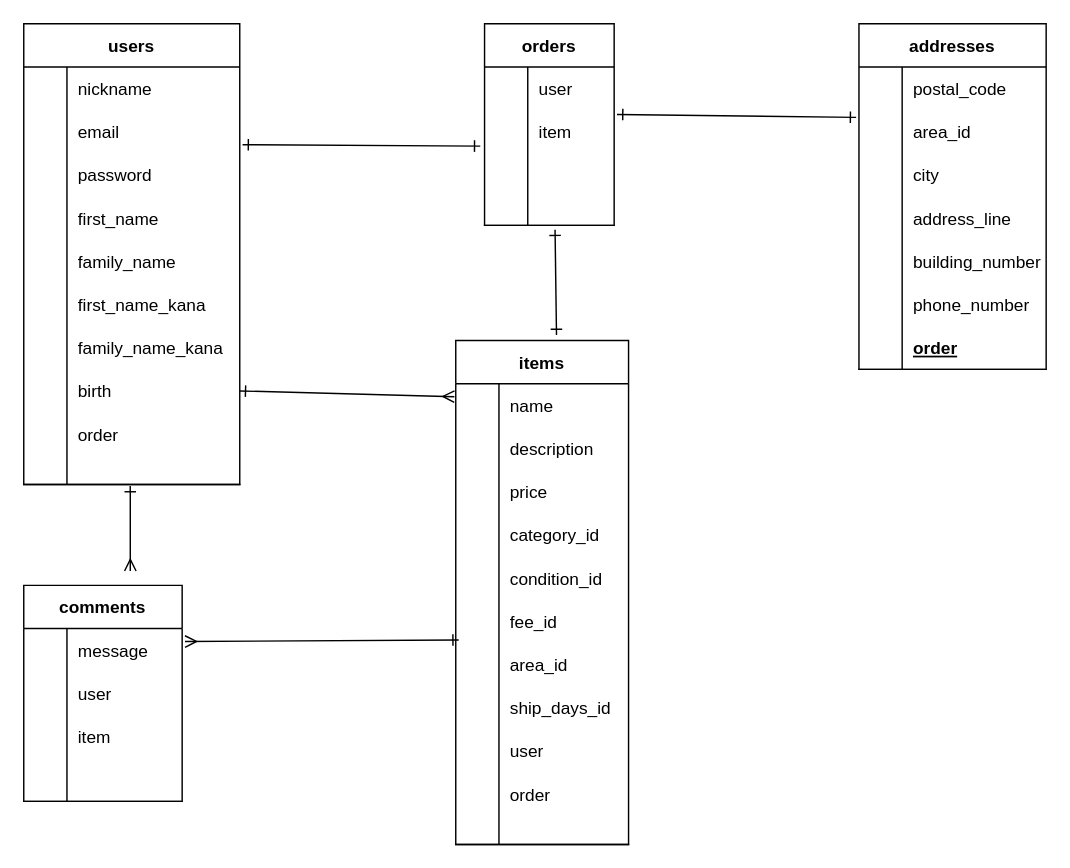
The draw.io diagram furima.dio in 14tk/furima-37381-2, before the edit. Source tidied: cells renumbered, new cells numbered last; positions are measured from the earlier drawing's top-left corner, leaving out a move shared by most shapes. Both pictures are drawn from the tidied source at 144%, with x=0, y=0 at pixel (23, 23).
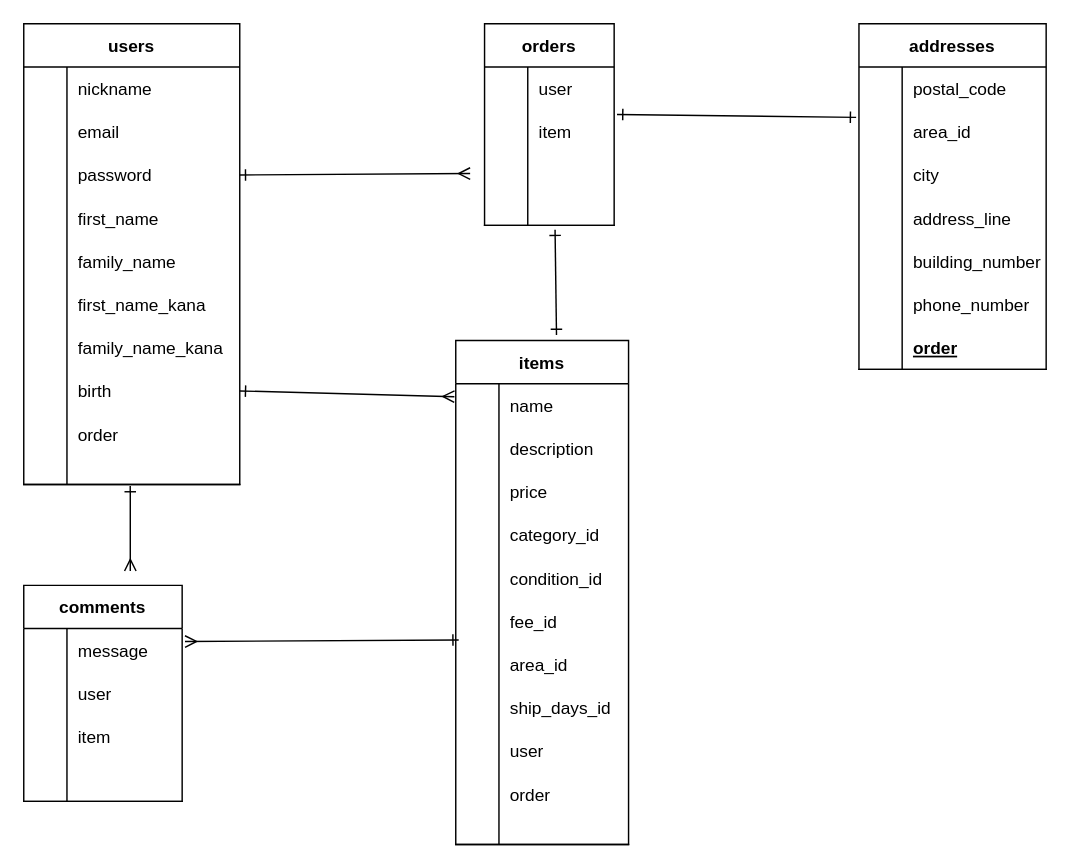
The same diagram, later.

Unchanged cells that the change refers to:
```xml
<mxCell id="8" style="shape=partialRectangle;fillColor=none;top=0;left=0;bottom=0;right=0;points=[[0,0.5],[1,0.5]];portConstraint=eastwest;" parent="4" vertex="1">
  <mxGeometry y="60" width="150" height="30" as="geometry" />
</mxCell>
<mxCell id="11" style="shape=partialRectangle;fillColor=none;top=0;left=0;bottom=0;right=0;points=[[0,0.5],[1,0.5]];portConstraint=eastwest;" parent="4" vertex="1">
  <mxGeometry y="90" width="150" height="30" as="geometry" />
</mxCell>
<mxCell id="86" style="shape=partialRectangle;fillColor=none;top=0;left=0;bottom=0;right=0;points=[[0,0.5],[1,0.5]];portConstraint=eastwest;" parent="82" vertex="1">
  <mxGeometry y="60" width="90" height="30" as="geometry" />
</mxCell>
```

Change to the diagram source:
```diff
@@
-    <mxCell id="120" style="html=1;startArrow=ERone;startFill=0;endArrow=ERone;endFill=0;entryX=-0.033;entryY=0.833;entryDx=0;entryDy=0;exitX=1.013;exitY=0.8;exitDx=0;exitDy=0;exitPerimeter=0;entryPerimeter=0;" parent="1" edge="1" source="8" target="86">
-      <mxGeometry relative="1" as="geometry" />
-    </mxCell>
@@
+    <mxCell id="123" style="html=1;exitX=1;exitY=0.5;exitDx=0;exitDy=0;startArrow=ERone;startFill=0;endArrow=ERmany;endFill=0;" parent="1" edge="1" source="11">
+      <mxGeometry relative="1" as="geometry">
+        <mxPoint x="310" y="104" as="targetPoint" />
+      </mxGeometry>
+    </mxCell>
```
